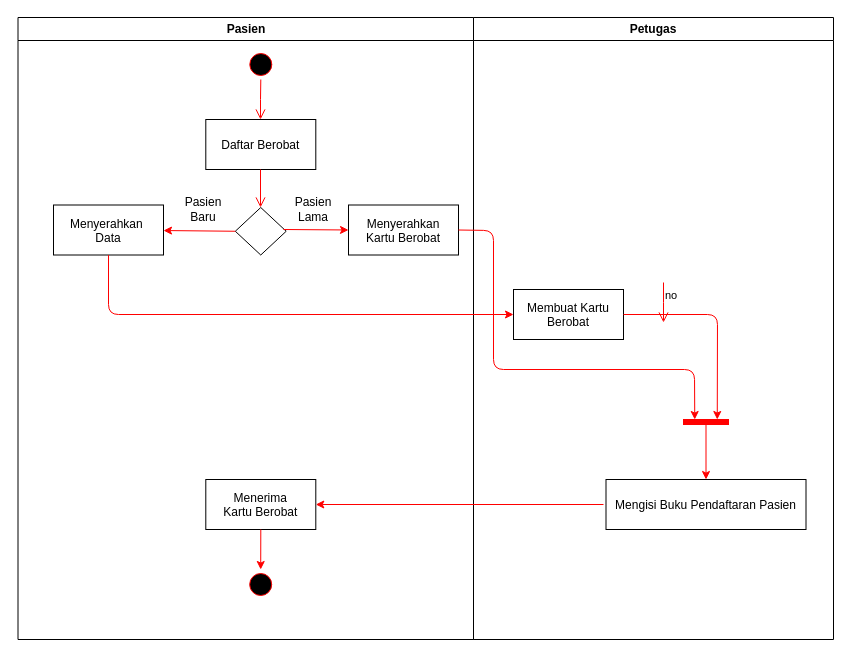
Before: Proses Pendaftaran Pasien.drawio in ratihpn99/rpn, a draw.io diagram. Source tidied: cells renumbered, new cells numbered last; positions are measured from the earlier drawing's top-left corner, leaving out a move shared by most shapes. Both pictures are drawn from the tidied source at 100%, with x=0, y=0 at pixel (17, 17).
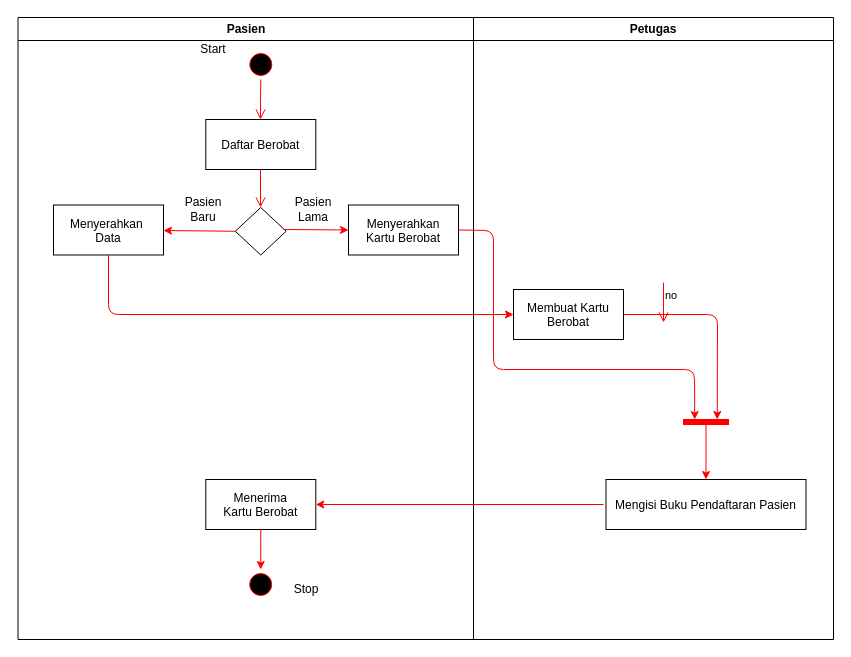
Above is the later version.

Unchanged cells that the change refers to:
```xml
<mxCell id="2" value="Pasien" style="swimlane;whiteSpace=wrap;" parent="1" vertex="1">
  <mxGeometry x="0.5" width="455.5" height="622" as="geometry" />
</mxCell>
```

The edit, as a diff of the source:
```diff
@@
+    <mxCell id="29" value="Stop" style="text;html=1;strokeColor=none;fillColor=none;align=center;verticalAlign=middle;whiteSpace=wrap;rounded=0;" parent="2" vertex="1">
+      <mxGeometry x="268.2" y="562" width="40" height="20" as="geometry" />
+    </mxCell>
@@
+    <mxCell id="30" value="Start" style="text;html=1;strokeColor=none;fillColor=none;align=center;verticalAlign=middle;whiteSpace=wrap;rounded=0;" parent="1" vertex="1">
+      <mxGeometry x="176" y="22" width="40" height="20" as="geometry" />
+    </mxCell>
```
